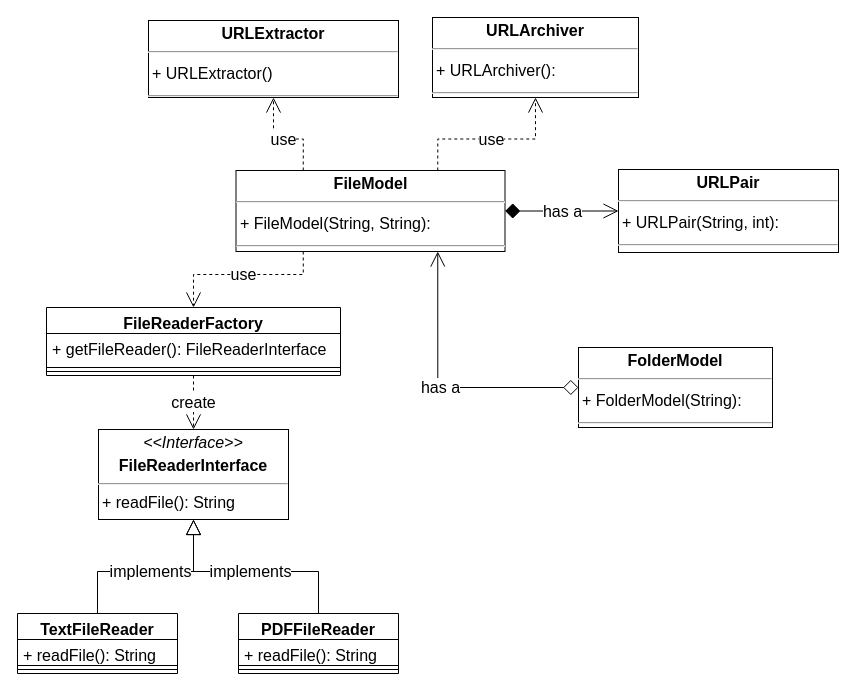
devobern/URL-Archiver keeps this draw.io diagram as page "DataModel_1" (10 of 11) of report/diagrams/URL_Archiver_Class_Diagram.drawio. Above is the earlier version. Source tidied: cells renumbered, new cells numbered last; positions are measured from the earlier drawing's top-left corner, leaving out a move shared by most shapes. Both pictures are drawn from the tidied source at 100%, with x=0, y=0 at pixel (17, 17).
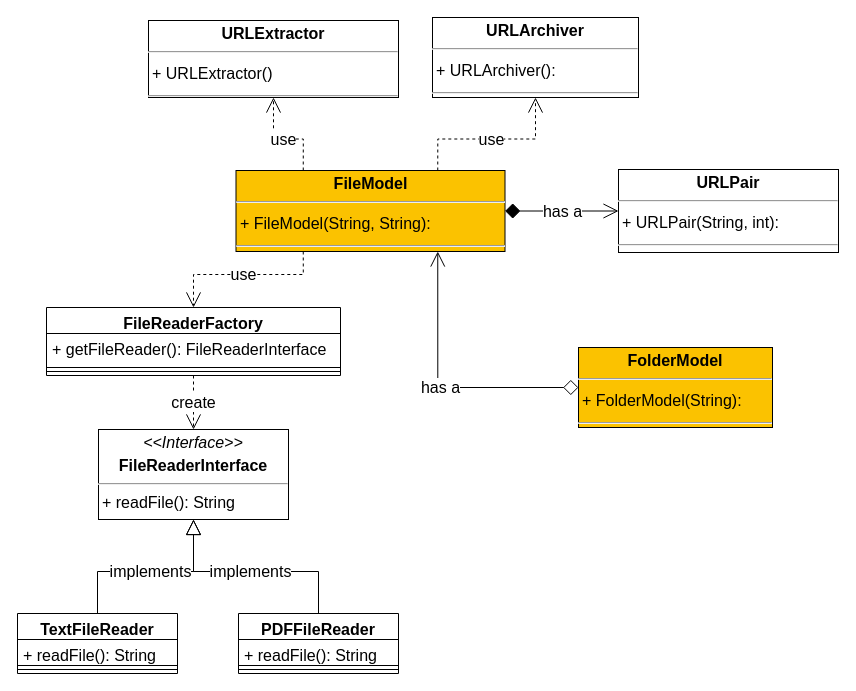
The same diagram, later.

The edit, as a diff of the source:
```diff
@@
-    <mxCell id="5" value="&lt;p style=&quot;margin: 4px 0px 0px; text-align: center; font-size: 16px;&quot;&gt;&lt;b style=&quot;font-size: 16px;&quot;&gt;FileModel&lt;/b&gt;&lt;/p&gt;&lt;hr style=&quot;font-size: 16px;&quot;&gt;&lt;p style=&quot;margin: 0px 0px 0px 4px; line-height: 1.6; font-size: 16px;&quot;&gt;+ FileModel(String, String): &lt;/p&gt;&lt;hr style=&quot;font-size: 16px;&quot;&gt;" style="verticalAlign=top;align=left;overflow=fill;fontSize=16;fontFamily=Helvetica;html=1;rounded=0;shadow=0;comic=0;labelBackgroundColor=none;strokeWidth=1;fillColor=default;" parent="1" vertex="1">
+    <mxCell id="5" value="&lt;p style=&quot;margin: 4px 0px 0px; text-align: center; font-size: 16px;&quot;&gt;&lt;b style=&quot;font-size: 16px;&quot;&gt;FileModel&lt;/b&gt;&lt;/p&gt;&lt;hr style=&quot;font-size: 16px;&quot;&gt;&lt;p style=&quot;margin: 0px 0px 0px 4px; line-height: 1.6; font-size: 16px;&quot;&gt;+ FileModel(String, String): &lt;/p&gt;&lt;hr style=&quot;font-size: 16px;&quot;&gt;" style="verticalAlign=top;align=left;overflow=fill;fontSize=16;fontFamily=Helvetica;html=1;rounded=0;shadow=0;comic=0;labelBackgroundColor=none;strokeWidth=1;fillColor=#fbc200;" parent="1" vertex="1">
       <mxGeometry x="218.5" y="153" width="269" height="81" as="geometry" />
     </mxCell>
@@
-    <mxCell id="20" value="&lt;p style=&quot;margin: 4px 0px 0px; text-align: center; font-size: 16px;&quot;&gt;&lt;b style=&quot;font-size: 16px;&quot;&gt;FolderModel&lt;/b&gt;&lt;/p&gt;&lt;hr style=&quot;font-size: 16px;&quot;&gt;&lt;p style=&quot;margin: 0px 0px 0px 4px; line-height: 1.6; font-size: 16px;&quot;&gt;+ FolderModel(String): &lt;/p&gt;&lt;hr style=&quot;font-size: 16px;&quot;&gt;" style="verticalAlign=top;align=left;overflow=fill;fontSize=16;fontFamily=Helvetica;html=1;rounded=0;shadow=0;comic=0;labelBackgroundColor=none;strokeWidth=1;" parent="1" vertex="1">
+    <mxCell id="20" value="&lt;p style=&quot;margin: 4px 0px 0px; text-align: center; font-size: 16px;&quot;&gt;&lt;b style=&quot;font-size: 16px;&quot;&gt;FolderModel&lt;/b&gt;&lt;/p&gt;&lt;hr style=&quot;font-size: 16px;&quot;&gt;&lt;p style=&quot;margin: 0px 0px 0px 4px; line-height: 1.6; font-size: 16px;&quot;&gt;+ FolderModel(String): &lt;/p&gt;&lt;hr style=&quot;font-size: 16px;&quot;&gt;" style="verticalAlign=top;align=left;overflow=fill;fontSize=16;fontFamily=Helvetica;html=1;rounded=0;shadow=0;comic=0;labelBackgroundColor=none;strokeWidth=1;fillColor=#FBC200;" parent="1" vertex="1">
       <mxGeometry x="561" y="330" width="194" height="80" as="geometry" />
     </mxCell>
```
